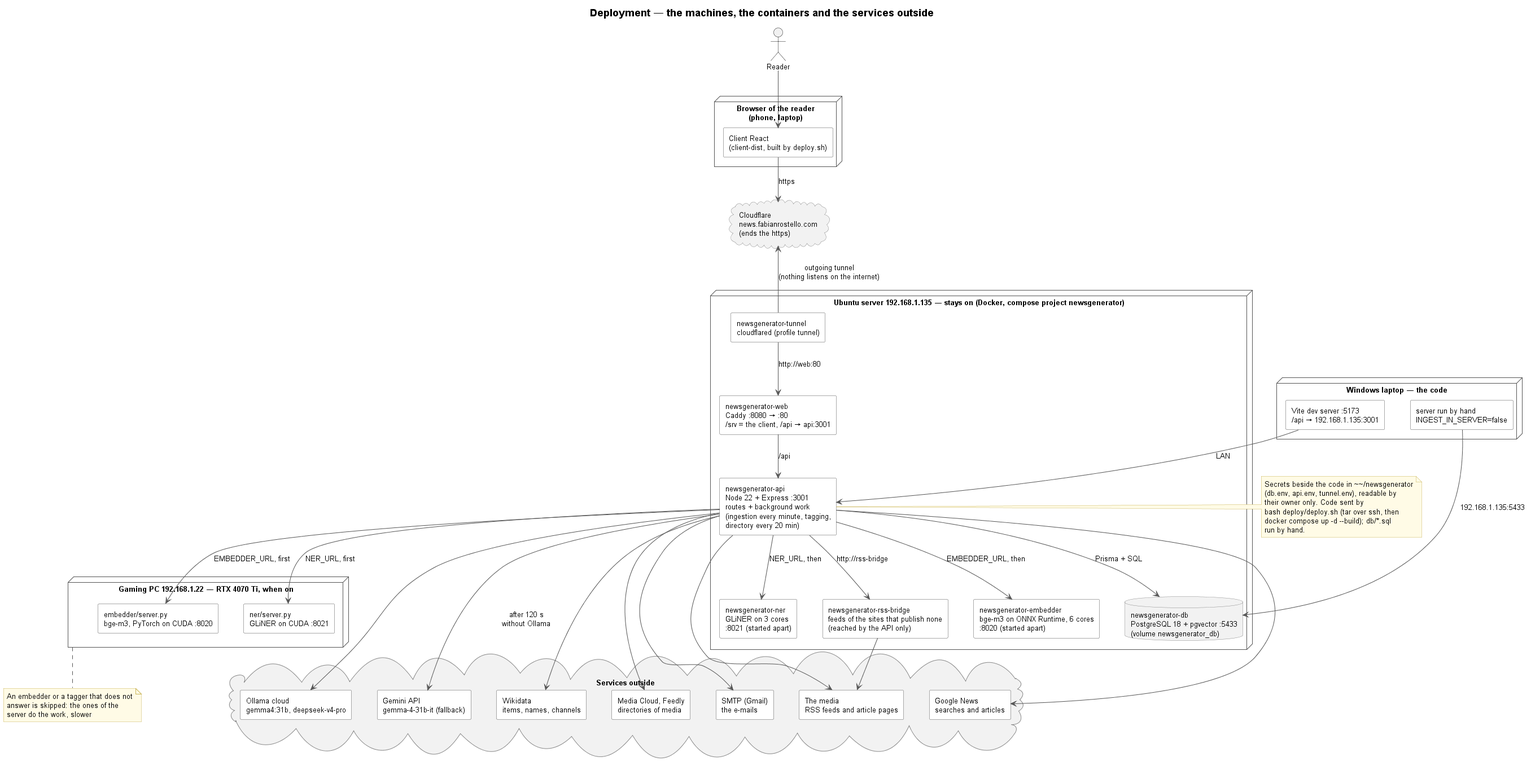
Above: docs/a-to-z/31-deployment.png in TPI2026-NewsGenerator/NewsGenerator-Backend (PlantUML), before the change. The source it was exported from:
```plantuml
@startuml 31-deployment
skinparam shadowing false
skinparam defaultFontSize 13
skinparam titleFontSize 18
skinparam nodesep 45
skinparam ranksep 55
skinparam noteBackgroundColor #FFFBE6
skinparam noteBorderColor #C9B458
skinparam node {
    BackgroundColor #FFFFFF
    BorderColor #555555
}
skinparam rectangle {
    BackgroundColor #FFFFFF
    BorderColor #555555
}
skinparam cloud {
    BackgroundColor #F2F2F2
    BorderColor #888888
}
skinparam database {
    BackgroundColor #F2F2F2
    BorderColor #888888
}
skinparam ArrowColor #555555
title Deployment — the machines, the containers and the services outside

actor Reader
node "Browser of the reader\n(phone, laptop)" as Browser {
    rectangle "Client React\n(client-dist, built by deploy.sh)" as Client
}
cloud "Cloudflare\nnews.fabianrostello.com\n(ends the https)" as Cloudflare

node "Ubuntu server 192.168.1.135 — stays on (Docker, compose project newsgenerator)" as Ubuntu {
    rectangle "newsgenerator-tunnel\ncloudflared (profile tunnel)" as Tunnel
    rectangle "newsgenerator-web\nCaddy :8080 → :80\n/srv = the client, /api → api:3001" as Web
    rectangle "newsgenerator-api\nNode 22 + Express :3001\nroutes + background work\n(ingestion every minute, tagging,\ndirectory every 20 min)" as Api
    database "newsgenerator-db\nPostgreSQL 18 + pgvector :5433\n(volume newsgenerator_db)" as Db
    rectangle "newsgenerator-rss-bridge\nfeeds of the sites that publish none\n(reached by the API only)" as Bridge
    rectangle "newsgenerator-embedder\nbge-m3 on ONNX Runtime, 6 cores\n:8020 (started apart)" as EmbedCpu
    rectangle "newsgenerator-ner\nGLiNER on 3 cores\n:8021 (started apart)" as NerCpu
}

node "Gaming PC 192.168.1.22 — RTX 4070 Ti, when on" as Gaming {
    rectangle "embedder/server.py\nbge-m3, PyTorch on CUDA :8020" as EmbedGpu
    rectangle "ner/server.py\nGLiNER on CUDA :8021" as NerGpu
}

node "Windows laptop — the code" as Laptop {
    rectangle "server run by hand\nINGEST_IN_SERVER=false" as DevServer
    rectangle "Vite dev server :5173\n/api → 192.168.1.135:3001" as DevClient
}

cloud "Services outside" as Outside {
    rectangle "Ollama cloud\ngemma4:31b, deepseek-v4-pro" as Ollama
    rectangle "Gemini API\ngemma-4-31b-it (fallback)" as Gemini
    rectangle "Google News\nsearches and articles" as GoogleNews
    rectangle "Wikidata\nitems, names, channels" as Wikidata
    rectangle "Media Cloud, Feedly\ndirectories of media" as Directories
    rectangle "SMTP (Gmail)\nthe e-mails" as Smtp
    rectangle "The media\nRSS feeds and article pages" as Media
}

Reader --> Client
Client --> Cloudflare : https
Cloudflare <-- Tunnel : outgoing tunnel\n(nothing listens on the internet)
Tunnel --> Web : http://web:80
Web --> Api : /api
Api --> Db : Prisma + SQL
Api --> Bridge : http://rss-bridge
Api --> EmbedGpu : EMBEDDER_URL, first
Api --> EmbedCpu : EMBEDDER_URL, then
Api --> NerGpu : NER_URL, first
Api --> NerCpu : NER_URL, then
Api --> Ollama
Api --> Gemini : after 120 s\nwithout Ollama
Api --> GoogleNews
Api --> Wikidata
Api --> Directories
Api --> Smtp
Api --> Media
Bridge --> Media
DevServer --> Db : 192.168.1.135:5433
DevClient --> Api : LAN

note right of Api
    Secrets beside the code in ~~/newsgenerator
    (db.env, api.env, tunnel.env), readable by
    their owner only. Code sent by
    bash deploy/deploy.sh (tar over ssh, then
    docker compose up -d --build); db/*.sql
    run by hand.
end note
note bottom of Gaming
    An embedder or a tagger that does not
    answer is skipped: the ones of the
    server do the work, slower
end note
@enduml
```
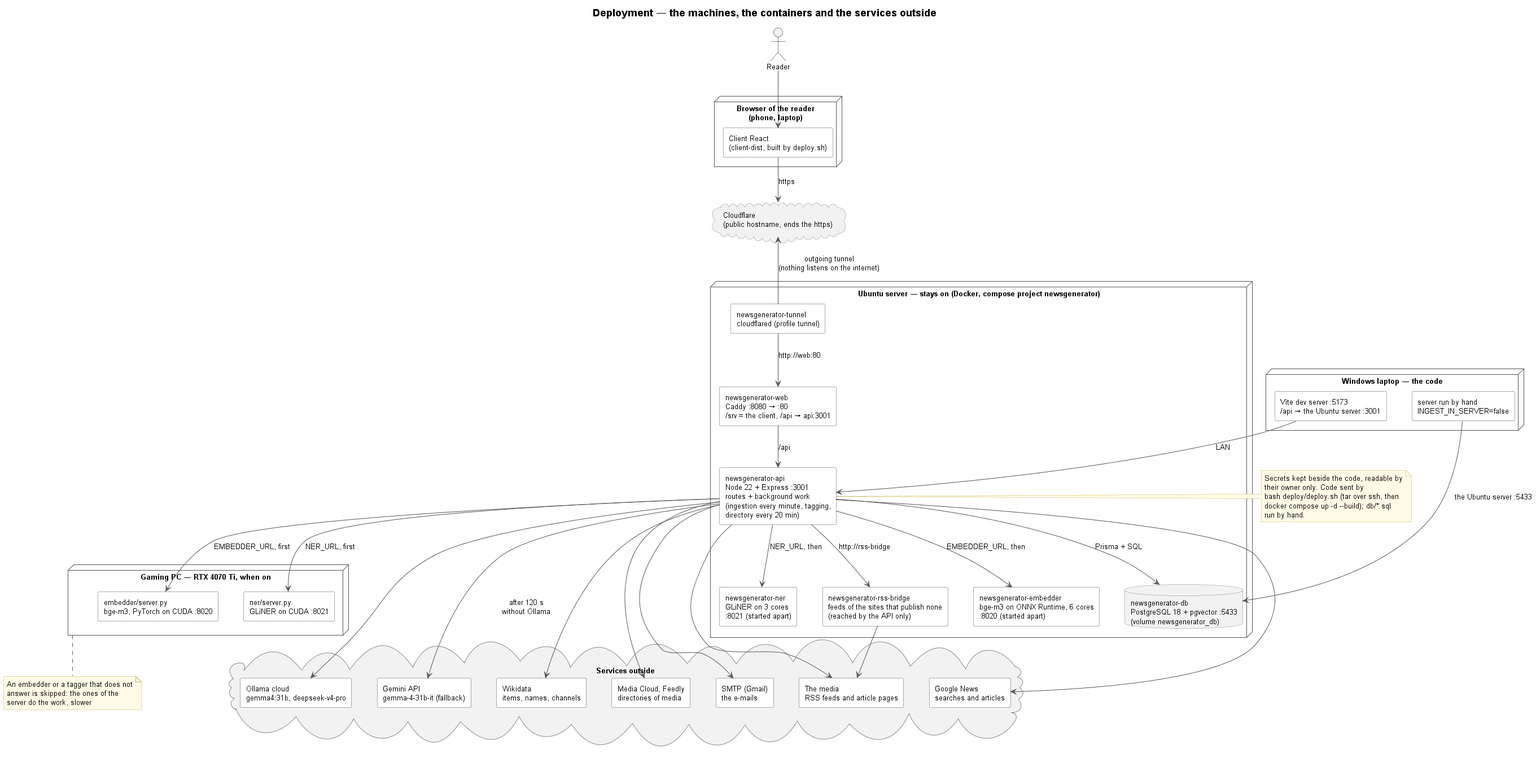
The same file after the commit.

What changed in the source:
```diff
@@ -29,9 +29,9 @@
 node "Browser of the reader\n(phone, laptop)" as Browser {
     rectangle "Client React\n(client-dist, built by deploy.sh)" as Client
 }
-cloud "Cloudflare\nnews.fabianrostello.com\n(ends the https)" as Cloudflare
+cloud "Cloudflare\n(public hostname, ends the https)" as Cloudflare
 
-node "Ubuntu server 192.168.1.135 — stays on (Docker, compose project newsgenerator)" as Ubuntu {
+node "Ubuntu server — stays on (Docker, compose project newsgenerator)" as Ubuntu {
     rectangle "newsgenerator-tunnel\ncloudflared (profile tunnel)" as Tunnel
     rectangle "newsgenerator-web\nCaddy :8080 → :80\n/srv = the client, /api → api:3001" as Web
     rectangle "newsgenerator-api\nNode 22 + Express :3001\nroutes + background work\n(ingestion every minute, tagging,\ndirectory every 20 min)" as Api
@@ -41,14 +41,14 @@
     rectangle "newsgenerator-ner\nGLiNER on 3 cores\n:8021 (started apart)" as NerCpu
 }
 
-node "Gaming PC 192.168.1.22 — RTX 4070 Ti, when on" as Gaming {
+node "Gaming PC — RTX 4070 Ti, when on" as Gaming {
     rectangle "embedder/server.py\nbge-m3, PyTorch on CUDA :8020" as EmbedGpu
     rectangle "ner/server.py\nGLiNER on CUDA :8021" as NerGpu
 }
 
 node "Windows laptop — the code" as Laptop {
     rectangle "server run by hand\nINGEST_IN_SERVER=false" as DevServer
-    rectangle "Vite dev server :5173\n/api → 192.168.1.135:3001" as DevClient
+    rectangle "Vite dev server :5173\n/api → the Ubuntu server :3001" as DevClient
 }
 
 cloud "Services outside" as Outside {
@@ -80,12 +80,11 @@
 Api --> Smtp
 Api --> Media
 Bridge --> Media
-DevServer --> Db : 192.168.1.135:5433
+DevServer --> Db : the Ubuntu server :5433
 DevClient --> Api : LAN
 
 note right of Api
-    Secrets beside the code in ~~/newsgenerator
-    (db.env, api.env, tunnel.env), readable by
+    Secrets kept beside the code, readable by
     their owner only. Code sent by
     bash deploy/deploy.sh (tar over ssh, then
     docker compose up -d --build); db/*.sql
```
